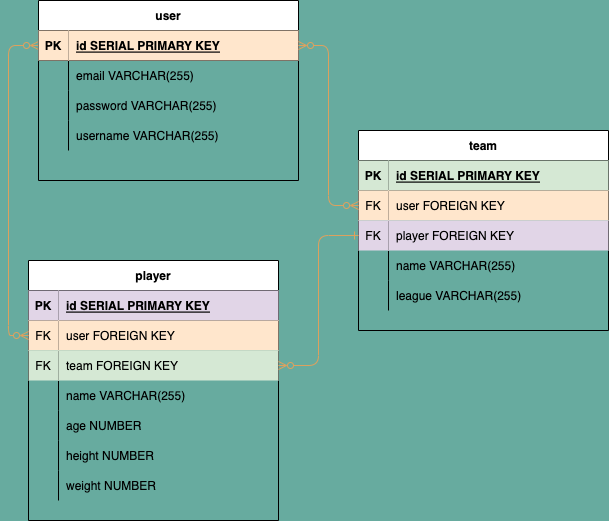
ikarabag1/NBA-POCKET keeps this draw.io diagram as wireframes/ERD.png. Above is the earlier version. Source tidied: cells renumbered, new cells last; positions are measured from the earlier drawing's top-left corner, leaving out a move shared by most shapes.
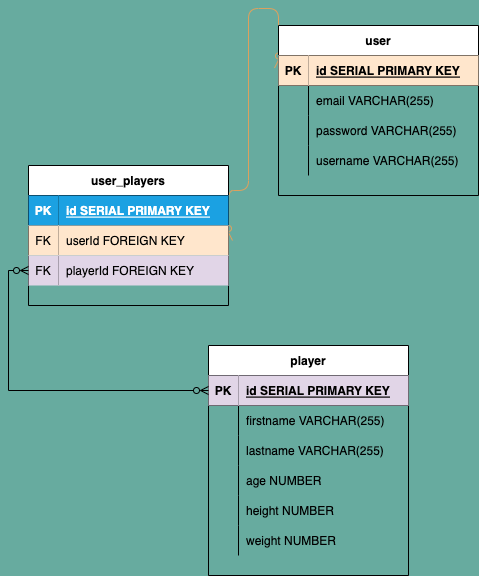
The same diagram one commit later.

Change to the diagram source:
```diff
@@ -3,166 +3,141 @@
     <mxCell id="0" />
     <mxCell id="1" parent="0" />
     <mxCell id="2" value="player" style="shape=table;startSize=30;rowLines=0;fontStyle=1;align=center;" parent="1" vertex="1">
-      <mxGeometry y="260" width="250" height="260" as="geometry" />
+      <mxGeometry x="150" y="240" width="200" height="230" as="geometry" />
     </mxCell>
     <mxCell id="3" style="shape=tableRow;horizontal=0;startSize=0;swimlaneHead=0;swimlaneBody=0;fillColor=none;points=[[0,0.5],[1,0.5]];portConstraint=eastwest;top=0;left=0;right=0;bottom=1;" parent="2" vertex="1">
-      <mxGeometry y="30" width="250" height="30" as="geometry" />
+      <mxGeometry y="30" width="200" height="30" as="geometry" />
     </mxCell>
     <mxCell id="4" value="PK" style="shape=partialRectangle;fillColor=#e1d5e7;top=0;left=0;bottom=0;right=0;fontStyle=1;overflow=hidden;strokeColor=#9673a6;" parent="3" vertex="1">
       <mxGeometry width="30" height="30" as="geometry" />
     </mxCell>
     <mxCell id="5" value="id SERIAL PRIMARY KEY" style="shape=partialRectangle;fillColor=#e1d5e7;top=0;left=0;bottom=0;right=0;align=left;spacingLeft=6;fontStyle=5;overflow=hidden;strokeColor=#9673a6;" parent="3" vertex="1">
-      <mxGeometry x="30" width="220" height="30" as="geometry" />
+      <mxGeometry x="30" width="170" height="30" as="geometry" />
     </mxCell>
-    <mxCell id="6" style="shape=tableRow;horizontal=0;startSize=0;swimlaneHead=0;swimlaneBody=0;fillColor=none;points=[[0,0.5],[1,0.5]];portConstraint=eastwest;top=0;left=0;right=0;bottom=0;" parent="2" vertex="1">
-      <mxGeometry y="60" width="250" height="30" as="geometry" />
-    </mxCell>
-    <mxCell id="7" value="FK" style="shape=partialRectangle;fillColor=#ffe6cc;top=0;left=0;bottom=0;right=0;overflow=hidden;strokeColor=#d79b00;" parent="6" vertex="1">
-      <mxGeometry width="30" height="30" as="geometry" />
-    </mxCell>
-    <mxCell id="8" value="user FOREIGN KEY" style="shape=partialRectangle;fillColor=#ffe6cc;top=0;left=0;bottom=0;right=0;align=left;spacingLeft=6;overflow=hidden;strokeColor=#d79b00;" parent="6" vertex="1">
-      <mxGeometry x="30" width="220" height="30" as="geometry" />
-    </mxCell>
-    <mxCell id="9" style="shape=tableRow;horizontal=0;startSize=0;swimlaneHead=0;swimlaneBody=0;fillColor=none;points=[[0,0.5],[1,0.5]];portConstraint=eastwest;top=0;left=0;right=0;bottom=0;" parent="2" vertex="1">
-      <mxGeometry y="90" width="250" height="30" as="geometry" />
-    </mxCell>
-    <mxCell id="10" value="FK" style="shape=partialRectangle;fillColor=#d5e8d4;top=0;left=0;bottom=0;right=0;overflow=hidden;strokeColor=#82b366;" parent="9" vertex="1">
-      <mxGeometry width="30" height="30" as="geometry" />
-    </mxCell>
-    <mxCell id="11" value="team FOREIGN KEY" style="shape=partialRectangle;fillColor=#d5e8d4;top=0;left=0;bottom=0;right=0;align=left;spacingLeft=6;overflow=hidden;strokeColor=#82b366;" parent="9" vertex="1">
-      <mxGeometry x="30" width="220" height="30" as="geometry" />
-    </mxCell>
     <mxCell id="12" style="shape=tableRow;horizontal=0;startSize=0;swimlaneHead=0;swimlaneBody=0;fillColor=none;top=0;left=0;right=0;bottom=0;" parent="2" vertex="1">
-      <mxGeometry y="120" width="250" height="30" as="geometry" />
+      <mxGeometry y="60" width="200" height="30" as="geometry" />
     </mxCell>
     <mxCell id="13" style="shape=partialRectangle;fillColor=none;top=0;left=0;bottom=0;right=0;overflow=hidden;" parent="12" vertex="1">
       <mxGeometry width="30" height="30" as="geometry" />
     </mxCell>
-    <mxCell id="14" value="name VARCHAR(255)" style="shape=partialRectangle;fillColor=none;top=0;left=0;bottom=0;right=0;align=left;spacingLeft=6;overflow=hidden;" parent="12" vertex="1">
-      <mxGeometry x="30" width="220" height="30" as="geometry" />
+    <mxCell id="14" value="firstname VARCHAR(255)" style="shape=partialRectangle;fillColor=none;top=0;left=0;bottom=0;right=0;align=left;spacingLeft=6;overflow=hidden;" parent="12" vertex="1">
+      <mxGeometry x="30" width="170" height="30" as="geometry" />
     </mxCell>
     <mxCell id="15" style="shape=tableRow;horizontal=0;startSize=0;swimlaneHead=0;swimlaneBody=0;fillColor=none;top=0;left=0;right=0;bottom=0;" parent="2" vertex="1">
-      <mxGeometry y="150" width="250" height="30" as="geometry" />
+      <mxGeometry y="90" width="200" height="30" as="geometry" />
     </mxCell>
     <mxCell id="16" style="shape=partialRectangle;fillColor=none;top=0;left=0;bottom=0;right=0;overflow=hidden;" parent="15" vertex="1">
       <mxGeometry width="30" height="30" as="geometry" />
     </mxCell>
-    <mxCell id="17" value="age NUMBER" style="shape=partialRectangle;fillColor=none;top=0;left=0;bottom=0;right=0;align=left;spacingLeft=6;overflow=hidden;" parent="15" vertex="1">
-      <mxGeometry x="30" width="220" height="30" as="geometry" />
+    <mxCell id="17" value="lastname VARCHAR(255)" style="shape=partialRectangle;fillColor=none;top=0;left=0;bottom=0;right=0;align=left;spacingLeft=6;overflow=hidden;" parent="15" vertex="1">
+      <mxGeometry x="30" width="170" height="30" as="geometry" />
     </mxCell>
     <mxCell id="18" style="shape=tableRow;horizontal=0;startSize=0;swimlaneHead=0;swimlaneBody=0;fillColor=none;top=0;left=0;right=0;bottom=0;" parent="2" vertex="1">
-      <mxGeometry y="180" width="250" height="30" as="geometry" />
+      <mxGeometry y="120" width="200" height="30" as="geometry" />
     </mxCell>
     <mxCell id="19" style="shape=partialRectangle;fillColor=none;top=0;left=0;bottom=0;right=0;overflow=hidden;" parent="18" vertex="1">
       <mxGeometry width="30" height="30" as="geometry" />
     </mxCell>
-    <mxCell id="20" value="height NUMBER" style="shape=partialRectangle;fillColor=none;top=0;left=0;bottom=0;right=0;align=left;spacingLeft=6;overflow=hidden;" parent="18" vertex="1">
-      <mxGeometry x="30" width="220" height="30" as="geometry" />
+    <mxCell id="20" value="age NUMBER" style="shape=partialRectangle;fillColor=none;top=0;left=0;bottom=0;right=0;align=left;spacingLeft=6;overflow=hidden;" parent="18" vertex="1">
+      <mxGeometry x="30" width="170" height="30" as="geometry" />
     </mxCell>
     <mxCell id="21" style="shape=tableRow;horizontal=0;startSize=0;swimlaneHead=0;swimlaneBody=0;fillColor=none;top=0;left=0;right=0;bottom=0;" parent="2" vertex="1">
-      <mxGeometry y="210" width="250" height="30" as="geometry" />
+      <mxGeometry y="150" width="200" height="30" as="geometry" />
     </mxCell>
     <mxCell id="22" style="shape=partialRectangle;fillColor=none;top=0;left=0;bottom=0;right=0;overflow=hidden;" parent="21" vertex="1">
       <mxGeometry width="30" height="30" as="geometry" />
     </mxCell>
-    <mxCell id="23" value="weight NUMBER" style="shape=partialRectangle;fillColor=none;top=0;left=0;bottom=0;right=0;align=left;spacingLeft=6;overflow=hidden;" parent="21" vertex="1">
-      <mxGeometry x="30" width="220" height="30" as="geometry" />
+    <mxCell id="23" value="height NUMBER" style="shape=partialRectangle;fillColor=none;top=0;left=0;bottom=0;right=0;align=left;spacingLeft=6;overflow=hidden;" parent="21" vertex="1">
+      <mxGeometry x="30" width="170" height="30" as="geometry" />
     </mxCell>
+    <mxCell id="56" style="shape=tableRow;horizontal=0;startSize=0;swimlaneHead=0;swimlaneBody=0;fillColor=none;top=0;left=0;right=0;bottom=0;" parent="2" vertex="1">
+      <mxGeometry y="180" width="200" height="30" as="geometry" />
+    </mxCell>
+    <mxCell id="57" style="shape=partialRectangle;fillColor=none;top=0;left=0;bottom=0;right=0;overflow=hidden;" parent="56" vertex="1">
+      <mxGeometry width="30" height="30" as="geometry" />
+    </mxCell>
+    <mxCell id="58" value="weight NUMBER" style="shape=partialRectangle;fillColor=none;top=0;left=0;bottom=0;right=0;align=left;spacingLeft=6;overflow=hidden;" parent="56" vertex="1">
+      <mxGeometry x="30" width="170" height="30" as="geometry" />
+    </mxCell>
-    <mxCell id="24" style="edgeStyle=orthogonalEdgeStyle;rounded=1;sketch=0;jettySize=auto;html=1;exitX=0;exitY=0.25;exitDx=0;exitDy=0;entryX=0;entryY=0.5;entryDx=0;entryDy=0;fontColor=#FEFAE0;strokeColor=#DDA15E;fillColor=#BC6C25;startArrow=ERzeroToMany;startFill=0;endArrow=ERzeroToMany;endFill=0;" parent="1" edge="1" source="25" target="6">
-      <mxGeometry relative="1" as="geometry" />
+    <mxCell id="24" style="edgeStyle=orthogonalEdgeStyle;rounded=1;sketch=0;jettySize=auto;html=1;exitX=0;exitY=0.25;exitDx=0;exitDy=0;entryX=1;entryY=0.5;entryDx=0;entryDy=0;fontColor=#FEFAE0;strokeColor=#DDA15E;fillColor=#BC6C25;startArrow=ERzeroToMany;startFill=0;endArrow=ERzeroToMany;endFill=0;" parent="1" edge="1" source="25" target="61">
+      <mxGeometry relative="1" as="geometry">
+        <Array as="points">
+          <mxPoint x="190" y="-97" />
+          <mxPoint x="190" y="85" />
+        </Array>
+      </mxGeometry>
     </mxCell>
     <mxCell id="25" value="user" style="shape=table;startSize=30;rowLines=0;fontStyle=1;align=center;" parent="1" vertex="1">
-      <mxGeometry x="10" width="260" height="180" as="geometry" />
+      <mxGeometry x="220" y="-80" width="200" height="170" as="geometry" />
     </mxCell>
     <mxCell id="26" style="shape=tableRow;horizontal=0;startSize=0;swimlaneHead=0;swimlaneBody=0;fillColor=none;points=[[0,0.5],[1,0.5]];portConstraint=eastwest;top=0;left=0;right=0;bottom=1;" parent="25" vertex="1">
-      <mxGeometry y="30" width="260" height="30" as="geometry" />
+      <mxGeometry y="30" width="200" height="30" as="geometry" />
     </mxCell>
     <mxCell id="27" value="PK" style="shape=partialRectangle;fillColor=#ffe6cc;top=0;left=0;bottom=0;right=0;fontStyle=1;overflow=hidden;strokeColor=#d79b00;" parent="26" vertex="1">
       <mxGeometry width="30" height="30" as="geometry" />
     </mxCell>
     <mxCell id="28" value="id SERIAL PRIMARY KEY" style="shape=partialRectangle;fillColor=#ffe6cc;top=0;left=0;bottom=0;right=0;align=left;spacingLeft=6;fontStyle=5;overflow=hidden;strokeColor=#d79b00;" parent="26" vertex="1">
-      <mxGeometry x="30" width="230" height="30" as="geometry" />
+      <mxGeometry x="30" width="170" height="30" as="geometry" />
     </mxCell>
     <mxCell id="29" style="shape=tableRow;horizontal=0;startSize=0;swimlaneHead=0;swimlaneBody=0;fillColor=none;top=0;left=0;right=0;bottom=0;" parent="25" vertex="1">
-      <mxGeometry y="60" width="260" height="30" as="geometry" />
+      <mxGeometry y="60" width="200" height="30" as="geometry" />
     </mxCell>
     <mxCell id="30" style="shape=partialRectangle;fillColor=none;top=0;left=0;bottom=0;right=0;overflow=hidden;" parent="29" vertex="1">
       <mxGeometry width="30" height="30" as="geometry" />
     </mxCell>
     <mxCell id="31" value="email VARCHAR(255)" style="shape=partialRectangle;fillColor=none;top=0;left=0;bottom=0;right=0;align=left;spacingLeft=6;overflow=hidden;" parent="29" vertex="1">
-      <mxGeometry x="30" width="230" height="30" as="geometry" />
+      <mxGeometry x="30" width="170" height="30" as="geometry" />
     </mxCell>
     <mxCell id="32" style="shape=tableRow;horizontal=0;startSize=0;swimlaneHead=0;swimlaneBody=0;fillColor=none;top=0;left=0;right=0;bottom=0;" parent="25" vertex="1">
-      <mxGeometry y="90" width="260" height="30" as="geometry" />
+      <mxGeometry y="90" width="200" height="30" as="geometry" />
     </mxCell>
     <mxCell id="33" style="shape=partialRectangle;fillColor=none;top=0;left=0;bottom=0;right=0;overflow=hidden;" parent="32" vertex="1">
       <mxGeometry width="30" height="30" as="geometry" />
     </mxCell>
     <mxCell id="34" value="password VARCHAR(255)" style="shape=partialRectangle;fillColor=none;top=0;left=0;bottom=0;right=0;align=left;spacingLeft=6;overflow=hidden;" parent="32" vertex="1">
-      <mxGeometry x="30" width="230" height="30" as="geometry" />
+      <mxGeometry x="30" width="170" height="30" as="geometry" />
     </mxCell>
     <mxCell id="35" style="shape=tableRow;horizontal=0;startSize=0;swimlaneHead=0;swimlaneBody=0;fillColor=none;top=0;left=0;right=0;bottom=0;" parent="25" vertex="1">
-      <mxGeometry y="120" width="260" height="30" as="geometry" />
+      <mxGeometry y="120" width="200" height="30" as="geometry" />
     </mxCell>
     <mxCell id="36" style="shape=partialRectangle;fillColor=none;top=0;left=0;bottom=0;right=0;overflow=hidden;" parent="35" vertex="1">
       <mxGeometry width="30" height="30" as="geometry" />
     </mxCell>
     <mxCell id="37" value="username VARCHAR(255)" style="shape=partialRectangle;fillColor=none;top=0;left=0;bottom=0;right=0;align=left;spacingLeft=6;overflow=hidden;" parent="35" vertex="1">
-      <mxGeometry x="30" width="230" height="30" as="geometry" />
+      <mxGeometry x="30" width="170" height="30" as="geometry" />
     </mxCell>
-    <mxCell id="38" value="team" style="shape=table;startSize=30;rowLines=0;fontStyle=1;align=center;" parent="1" vertex="1">
-      <mxGeometry x="330" y="130" width="250" height="200" as="geometry" />
-    </mxCell>
-    <mxCell id="39" style="shape=tableRow;horizontal=0;startSize=0;swimlaneHead=0;swimlaneBody=0;fillColor=none;top=0;left=0;right=0;bottom=1;" parent="38" vertex="1">
-      <mxGeometry y="30" width="250" height="30" as="geometry" />
-    </mxCell>
+    <mxCell id="59" value="user_players" style="shape=table;startSize=30;rowLines=0;fontStyle=1;align=center;" parent="1" vertex="1">
+      <mxGeometry x="-30" y="60" width="200" height="140" as="geometry" />
+    </mxCell>
+    <mxCell id="60" style="shape=tableRow;horizontal=0;startSize=0;swimlaneHead=0;swimlaneBody=0;fillColor=none;top=0;left=0;right=0;bottom=1;" parent="59" vertex="1">
+      <mxGeometry y="30" width="200" height="30" as="geometry" />
+    </mxCell>
-    <mxCell id="40" value="PK" style="shape=partialRectangle;fillColor=#d5e8d4;top=0;left=0;bottom=0;right=0;fontStyle=1;overflow=hidden;strokeColor=#82b366;" parent="39" vertex="1">
+    <mxCell id="40" value="PK" style="shape=partialRectangle;fillColor=#1ba1e2;top=0;left=0;bottom=0;right=0;fontStyle=1;overflow=hidden;fontColor=#ffffff;strokeColor=#006EAF;" parent="60" vertex="1">
       <mxGeometry width="30" height="30" as="geometry" />
     </mxCell>
-    <mxCell id="41" value="id SERIAL PRIMARY KEY" style="shape=partialRectangle;fillColor=#d5e8d4;top=0;left=0;bottom=0;right=0;align=left;spacingLeft=6;fontStyle=5;overflow=hidden;strokeColor=#82b366;" parent="39" vertex="1">
-      <mxGeometry x="30" width="220" height="30" as="geometry" />
+    <mxCell id="41" value="id SERIAL PRIMARY KEY" style="shape=partialRectangle;fillColor=#1ba1e2;top=0;left=0;bottom=0;right=0;align=left;spacingLeft=6;fontStyle=5;overflow=hidden;fontColor=#ffffff;strokeColor=#006EAF;" parent="60" vertex="1">
+      <mxGeometry x="30" width="170" height="30" as="geometry" />
     </mxCell>
-    <mxCell id="42" style="shape=tableRow;horizontal=0;startSize=0;swimlaneHead=0;swimlaneBody=0;fillColor=none;points=[[0,0.5],[1,0.5]];portConstraint=eastwest;top=0;left=0;right=0;bottom=0;" parent="38" vertex="1">
-      <mxGeometry y="60" width="250" height="30" as="geometry" />
-    </mxCell>
-    <mxCell id="43" value="FK" style="shape=partialRectangle;fillColor=#ffe6cc;top=0;left=0;bottom=0;right=0;overflow=hidden;strokeColor=#d79b00;" parent="42" vertex="1">
-      <mxGeometry width="30" height="30" as="geometry" />
-    </mxCell>
-    <mxCell id="44" value="user FOREIGN KEY" style="shape=partialRectangle;fillColor=#ffe6cc;top=0;left=0;bottom=0;right=0;align=left;spacingLeft=6;overflow=hidden;strokeColor=#d79b00;" parent="42" vertex="1">
-      <mxGeometry x="30" width="220" height="30" as="geometry" />
-    </mxCell>
-    <mxCell id="45" style="shape=tableRow;horizontal=0;startSize=0;swimlaneHead=0;swimlaneBody=0;fillColor=none;points=[[0,0.5],[1,0.5]];portConstraint=eastwest;top=0;left=0;right=0;bottom=0;" parent="38" vertex="1">
-      <mxGeometry y="90" width="250" height="30" as="geometry" />
-    </mxCell>
+    <mxCell id="61" style="shape=tableRow;horizontal=0;startSize=0;swimlaneHead=0;swimlaneBody=0;fillColor=none;points=[[0,0.5],[1,0.5]];portConstraint=eastwest;top=0;left=0;right=0;bottom=0;" parent="59" vertex="1">
+      <mxGeometry y="60" width="200" height="30" as="geometry" />
+    </mxCell>
+    <mxCell id="62" value="FK" style="shape=partialRectangle;fillColor=#ffe6cc;top=0;left=0;bottom=0;right=0;overflow=hidden;strokeColor=#d79b00;" parent="61" vertex="1">
+      <mxGeometry width="30" height="30" as="geometry" />
+    </mxCell>
+    <mxCell id="63" value="userId FOREIGN KEY" style="shape=partialRectangle;fillColor=#ffe6cc;top=0;left=0;bottom=0;right=0;align=left;spacingLeft=6;overflow=hidden;strokeColor=#d79b00;" parent="61" vertex="1">
+      <mxGeometry x="30" width="170" height="30" as="geometry" />
+    </mxCell>
+    <mxCell id="64" style="shape=tableRow;horizontal=0;startSize=0;swimlaneHead=0;swimlaneBody=0;fillColor=none;points=[[0,0.5],[1,0.5]];portConstraint=eastwest;top=0;left=0;right=0;bottom=0;" parent="59" vertex="1">
+      <mxGeometry y="90" width="200" height="30" as="geometry" />
+    </mxCell>
-    <mxCell id="46" value="FK" style="shape=partialRectangle;fillColor=#e1d5e7;top=0;left=0;bottom=0;right=0;overflow=hidden;strokeColor=#9673a6;" parent="45" vertex="1">
+    <mxCell id="46" value="FK" style="shape=partialRectangle;fillColor=#e1d5e7;top=0;left=0;bottom=0;right=0;overflow=hidden;strokeColor=#9673a6;" parent="64" vertex="1">
       <mxGeometry width="30" height="30" as="geometry" />
     </mxCell>
-    <mxCell id="47" value="player FOREIGN KEY" style="shape=partialRectangle;fillColor=#e1d5e7;top=0;left=0;bottom=0;right=0;align=left;spacingLeft=6;overflow=hidden;strokeColor=#9673a6;" parent="45" vertex="1">
-      <mxGeometry x="30" width="220" height="30" as="geometry" />
-    </mxCell>
-    <mxCell id="48" style="shape=tableRow;horizontal=0;startSize=0;swimlaneHead=0;swimlaneBody=0;fillColor=none;top=0;left=0;right=0;bottom=0;" parent="38" vertex="1">
-      <mxGeometry y="120" width="250" height="30" as="geometry" />
-    </mxCell>
-    <mxCell id="49" style="shape=partialRectangle;fillColor=none;top=0;left=0;bottom=0;right=0;overflow=hidden;" parent="48" vertex="1">
-      <mxGeometry width="30" height="30" as="geometry" />
-    </mxCell>
-    <mxCell id="50" value="name VARCHAR(255)" style="shape=partialRectangle;fillColor=none;top=0;left=0;bottom=0;right=0;align=left;spacingLeft=6;overflow=hidden;" parent="48" vertex="1">
-      <mxGeometry x="30" width="220" height="30" as="geometry" />
-    </mxCell>
-    <mxCell id="51" style="shape=tableRow;horizontal=0;startSize=0;swimlaneHead=0;swimlaneBody=0;fillColor=none;top=0;left=0;right=0;bottom=0;" parent="38" vertex="1">
-      <mxGeometry y="150" width="250" height="30" as="geometry" />
-    </mxCell>
-    <mxCell id="52" style="shape=partialRectangle;fillColor=none;top=0;left=0;bottom=0;right=0;overflow=hidden;" parent="51" vertex="1">
-      <mxGeometry width="30" height="30" as="geometry" />
-    </mxCell>
-    <mxCell id="53" value="league VARCHAR(255)" style="shape=partialRectangle;fillColor=none;top=0;left=0;bottom=0;right=0;align=left;spacingLeft=6;overflow=hidden;" parent="51" vertex="1">
-      <mxGeometry x="30" width="220" height="30" as="geometry" />
-    </mxCell>
-    <mxCell id="54" style="edgeStyle=orthogonalEdgeStyle;rounded=1;sketch=0;jettySize=auto;html=1;entryX=0;entryY=0.5;entryDx=0;entryDy=0;fontColor=#FEFAE0;startArrow=ERzeroToMany;startFill=0;endArrow=ERone;endFill=0;strokeColor=#DDA15E;fillColor=#BC6C25;" parent="1" edge="1" source="9" target="45">
-      <mxGeometry relative="1" as="geometry" />
-    </mxCell>
-    <mxCell id="55" style="edgeStyle=orthogonalEdgeStyle;rounded=1;sketch=0;jettySize=auto;html=1;exitX=1;exitY=0.5;exitDx=0;exitDy=0;entryX=0;entryY=0.5;entryDx=0;entryDy=0;fontColor=#FEFAE0;startArrow=ERzeroToMany;startFill=0;endArrow=ERzeroToMany;endFill=0;strokeColor=#DDA15E;fillColor=#BC6C25;" parent="1" edge="1" source="26" target="42">
-      <mxGeometry relative="1" as="geometry" />
-    </mxCell>
+    <mxCell id="65" value="playerId FOREIGN KEY" style="shape=partialRectangle;fillColor=#e1d5e7;top=0;left=0;bottom=0;right=0;align=left;spacingLeft=6;overflow=hidden;strokeColor=#9673a6;" parent="64" vertex="1">
+      <mxGeometry x="30" width="170" height="30" as="geometry" />
+    </mxCell>
+    <mxCell id="66" style="edgeStyle=orthogonalEdgeStyle;rounded=0;jettySize=auto;html=1;exitX=0;exitY=0.5;exitDx=0;exitDy=0;startArrow=ERzeroToMany;startFill=0;endArrow=ERzeroToMany;endFill=0;" parent="1" edge="1" source="64" target="3">
+      <mxGeometry relative="1" as="geometry" />
+    </mxCell>
   </root>
 </mxGraphModel>
```
